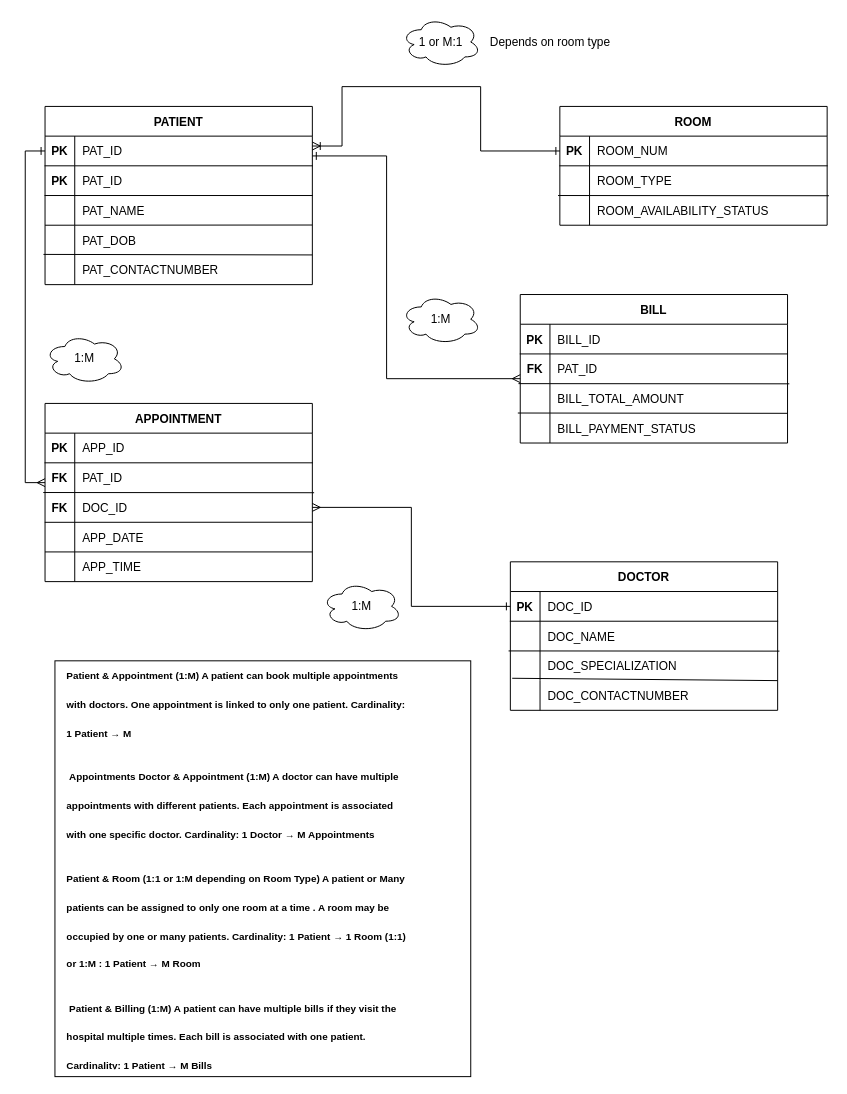
jraldGITHUB/IT26A_BACO keeps this draw.io diagram as Untitled Diagram.drawio. Above is the earlier version. Source tidied: cells renumbered, new cells numbered last; positions are measured from the earlier drawing's top-left corner, leaving out a move shared by most shapes. Both pictures are drawn from the tidied source at 99%, with x=0, y=0 at pixel (43, 17).
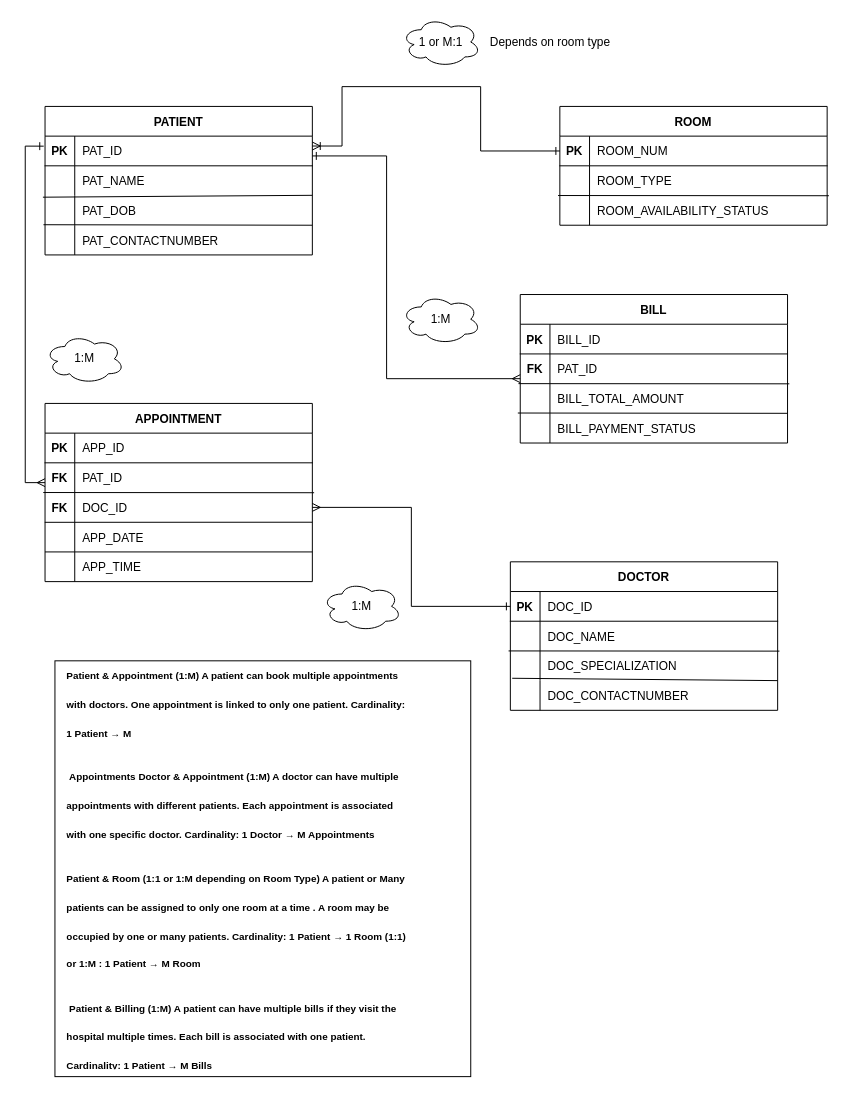
After the change.

The change refers to these unchanged cells:
```xml
<mxCell id="39" style="shape=partialRectangle;fillColor=none;points=[[0,0.5],[1,0.5]];portConstraint=eastwest;top=0;left=0;right=0;bottom=0;" parent="35" vertex="1">
  <mxGeometry y="60" width="270" height="30" as="geometry" />
</mxCell>
```

The edit, as a diff of the source:
```diff
@@
     <mxCell id="2" value="PATIENT" style="shape=table;startSize=30;childLayout=tableLayout;rowLines=0;fontStyle=1;align=center;" parent="1" vertex="1">
-      <mxGeometry x="2" y="90" width="270" height="180" as="geometry" />
+      <mxGeometry x="2" y="90" width="270" height="150" as="geometry" />
     </mxCell>
-    <mxCell id="3" style="shape=partialRectangle;fillColor=none;points=[[0,0.5],[1,0.5]];portConstraint=eastwest;top=0;left=0;right=0;bottom=1;" parent="2" vertex="1">
-      <mxGeometry y="30" width="270" height="30" as="geometry" />
-    </mxCell>
-    <mxCell id="4" value="PK" style="shape=partialRectangle;overflow=hidden;fillColor=none;top=0;left=0;bottom=0;right=0;fontStyle=1;" parent="3" vertex="1">
-      <mxGeometry width="30" height="30" as="geometry" />
-    </mxCell>
-    <mxCell id="5" value="PAT_ID" style="shape=partialRectangle;overflow=hidden;fillColor=none;top=0;left=0;bottom=0;right=0;align=left;spacingLeft=6;fontStyle=0;" parent="3" vertex="1">
-      <mxGeometry x="30" width="240" height="30" as="geometry" />
-    </mxCell>
     <mxCell id="6" style="shape=partialRectangle;fillColor=none;points=[[0,0.5],[1,0.5]];portConstraint=eastwest;top=0;left=0;right=0;bottom=1;" parent="2" vertex="1">
-      <mxGeometry y="60" width="270" height="30" as="geometry" />
+      <mxGeometry y="30" width="270" height="30" as="geometry" />
     </mxCell>
@@
     <mxCell id="9" style="shape=partialRectangle;fillColor=none;top=0;left=0;right=0;bottom=0;" parent="2" vertex="1">
-      <mxGeometry y="90" width="270" height="30" as="geometry" />
+      <mxGeometry y="60" width="270" height="30" as="geometry" />
     </mxCell>
@@
-    <mxCell id="12" style="endArrow=none;html=1;rounded=0;entryX=1;entryY=-0.007;entryDx=0;entryDy=0;entryPerimeter=0;exitX=-0.007;exitY=-0.01;exitDx=0;exitDy=0;exitPerimeter=0;" parent="2" edge="1" target="13">
-      <mxGeometry relative="1" as="geometry">
-        <mxPoint y="120" as="sourcePoint" />
-      </mxGeometry>
+    <mxCell id="12" style="endArrow=none;html=1;rounded=0;entryX=1;entryY=-0.007;entryDx=0;entryDy=0;entryPerimeter=0;exitX=-0.008;exitY=0.056;exitDx=0;exitDy=0;exitPerimeter=0;" parent="2" edge="1" source="13" target="13">
+      <mxGeometry relative="1" as="geometry" />
     </mxCell>
     <mxCell id="13" style="shape=partialRectangle;fillColor=none;points=[[0,0.5],[1,0.5]];portConstraint=eastwest;top=0;left=0;right=0;bottom=0;" parent="2" vertex="1">
-      <mxGeometry y="120" width="270" height="30" as="geometry" />
+      <mxGeometry y="90" width="270" height="30" as="geometry" />
     </mxCell>
@@
     <mxCell id="16" style="shape=partialRectangle;fillColor=none;points=[[0,0.5],[1,0.5]];portConstraint=eastwest;top=0;left=0;right=0;bottom=0;" parent="2" vertex="1">
-      <mxGeometry y="150" width="270" height="30" as="geometry" />
+      <mxGeometry y="120" width="270" height="30" as="geometry" />
     </mxCell>
@@
-    <mxCell id="80" style="edgeStyle=orthogonalEdgeStyle;rounded=0;jettySize=auto;html=1;exitX=0;exitY=0.5;exitDx=0;exitDy=0;entryX=0;entryY=0.667;entryDx=0;entryDy=0;entryPerimeter=0;endArrow=ERmany;endFill=0;startArrow=ERone;startFill=0;" parent="1" edge="1" source="3" target="39">
+    <mxCell id="80" style="edgeStyle=orthogonalEdgeStyle;rounded=0;jettySize=auto;html=1;exitX=-0.005;exitY=0.338;exitDx=0;exitDy=0;entryX=0;entryY=0.667;entryDx=0;entryDy=0;entryPerimeter=0;endArrow=ERmany;endFill=0;startArrow=ERone;startFill=0;exitPerimeter=0;" parent="1" edge="1" source="6" target="39">
       <mxGeometry relative="1" as="geometry" />
     </mxCell>
```
